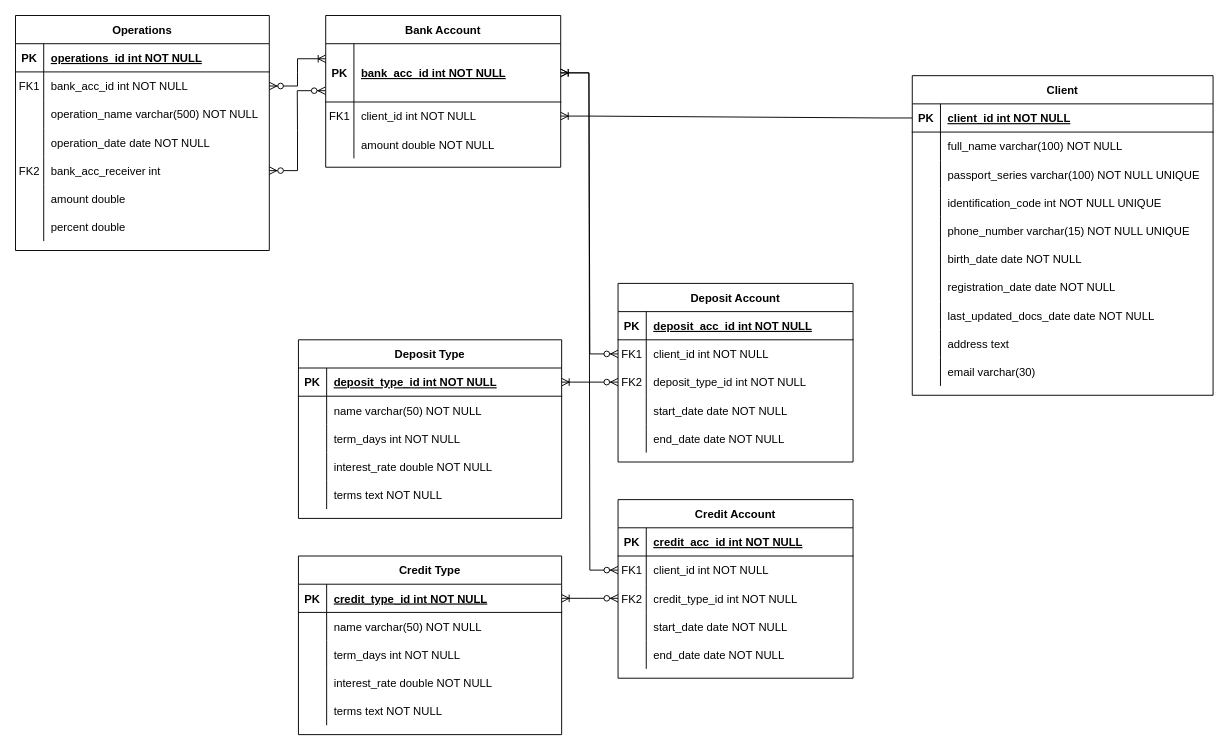
Earlier version of the draw.io diagram MyDB (6).drawio (kallDun/DrawIO). Source tidied: cells renumbered, new cells numbered last; positions are measured from the earlier drawing's top-left corner, leaving out a move shared by most shapes. Both pictures are drawn from the tidied source at 94%, with x=0, y=0 at pixel (15, 15).
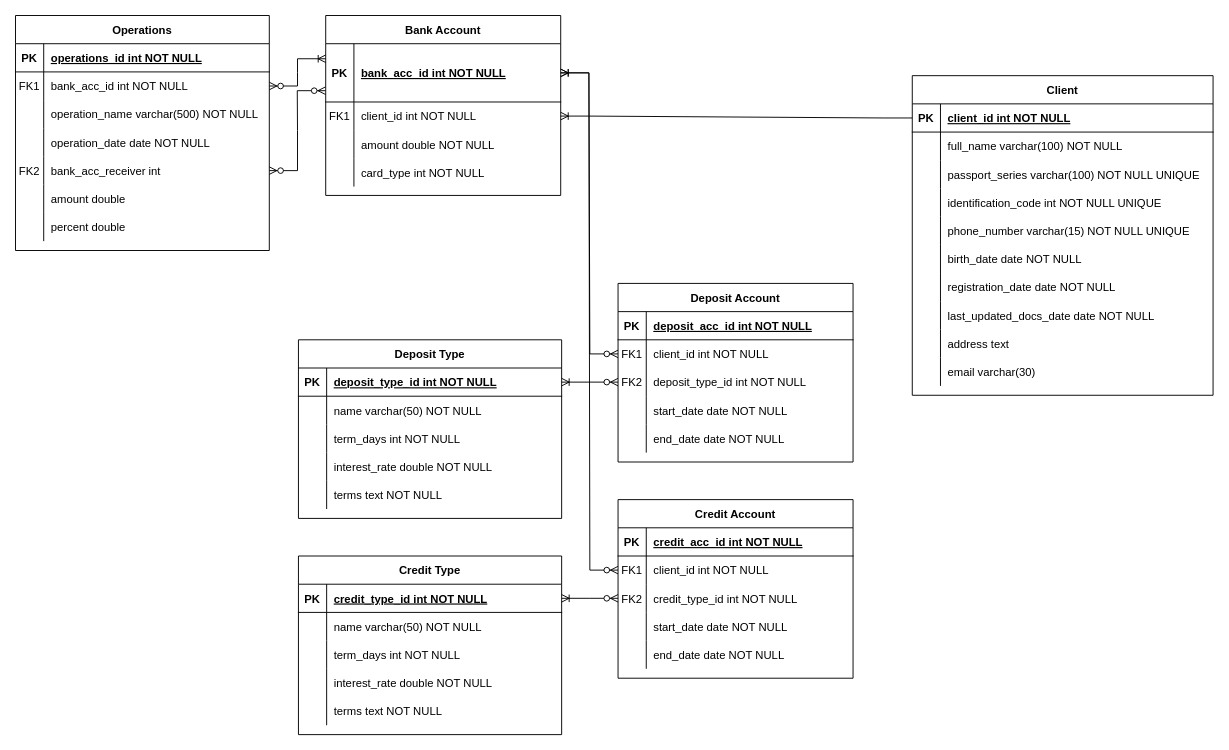
Above is the later version.

The edit, as a diff of the source:
```diff
@@
     <mxCell id="67" value="Bank Account" style="shape=table;startSize=30;childLayout=tableLayout;rowLines=0;fontStyle=1;align=center;" parent="1" vertex="1">
-      <mxGeometry x="330" width="250" height="161.4" as="geometry" />
+      <mxGeometry x="330" width="250" height="191.4" as="geometry" />
     </mxCell>
@@
+    <mxCell id="136" style="shape=partialRectangle;fillColor=none;top=0;left=0;right=0;bottom=0;" parent="67" vertex="1">
+      <mxGeometry y="152" width="250" height="30" as="geometry" />
+    </mxCell>
+    <mxCell id="137" style="shape=partialRectangle;overflow=hidden;fillColor=none;top=0;left=0;bottom=0;right=0;" parent="136" vertex="1">
+      <mxGeometry width="30" height="30" as="geometry" />
+    </mxCell>
+    <mxCell id="138" value="card_type int NOT NULL" style="shape=partialRectangle;overflow=hidden;fillColor=none;top=0;left=0;bottom=0;right=0;align=left;spacingLeft=6;" parent="136" vertex="1">
+      <mxGeometry x="30" width="220" height="30" as="geometry" />
+    </mxCell>
```
